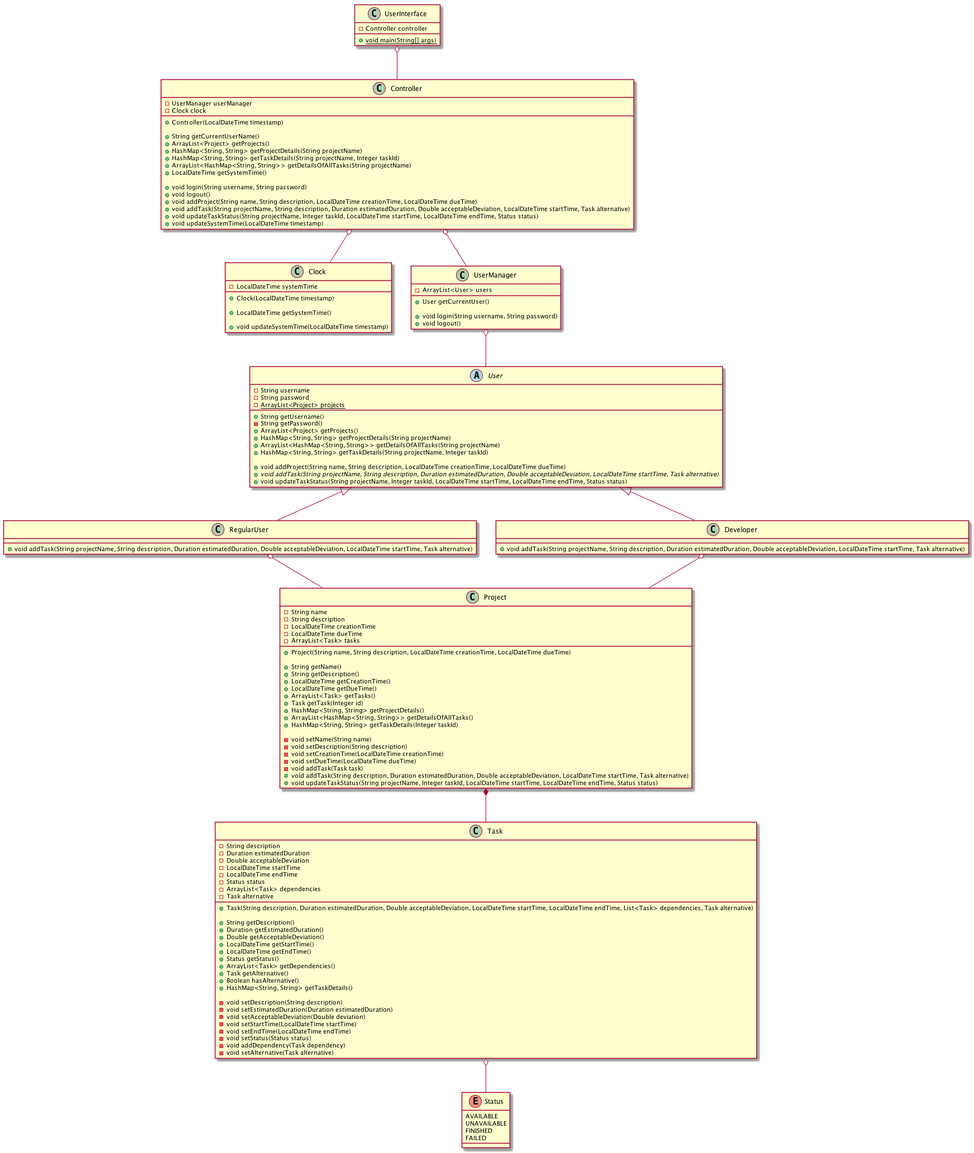
Above: diagrams/class_diagram/class diagram - factory version.png in julienbenaouda/projectJJA (PlantUML), before the change. Source of this version:
```plantuml
@startuml

class UserInterface {

- Controller controller

+ {static} void main(String[] args)

}

UserInterface o-- Controller

class Controller {

- UserManager userManager
- Clock clock

+ Controller(LocalDateTime timestamp)

+ String getCurrentUserName()
+ ArrayList<Project> getProjects()
+ HashMap<String, String> getProjectDetails(String projectName)
+ HashMap<String, String> getTaskDetails(String projectName, Integer taskId)
+ ArrayList<HashMap<String, String>> getDetailsOfAllTasks(String projectName)
+ LocalDateTime getSystemTime()

+ void login(String username, String password)
+ void logout()
+ void addProject(String name, String description, LocalDateTime creationTime, LocalDateTime dueTime)
+ void addTask(String projectName, String description, Duration estimatedDuration, Double acceptableDeviation, LocalDateTime startTime, Task alternative)
+ void updateTaskStatus(String projectName, Integer taskId, LocalDateTime startTime, LocalDateTime endTime, Status status)
+ void updateSystemTime(LocalDateTime timestamp)

}

Controller o-- Clock
Controller o-- UserManager

class Clock {

- LocalDateTime systemTime

+ Clock(LocalDateTime timestamp)

+ LocalDateTime getSystemTime()

+ void updateSystemTime(LocalDateTime timestamp)

}

class UserManager {

- ArrayList<User> users

+ User getCurrentUser()

+ void login(String username, String password)
+ void logout()

}

UserManager o-- User

abstract class User {

- String username
- String password
- {static} ArrayList<Project> projects

+ String getUsername()
- String getPassword()
+ ArrayList<Project> getProjects()
+ HashMap<String, String> getProjectDetails(String projectName)
+ ArrayList<HashMap<String, String>> getDetailsOfAllTasks(String projectName)
+ HashMap<String, String> getTaskDetails(String projectName, Integer taskId)

+ void addProject(String name, String description, LocalDateTime creationTime, LocalDateTime dueTime)
+ {abstract} void addTask(String projectName, String description, Duration estimatedDuration, Double acceptableDeviation, LocalDateTime startTime, Task alternative)
+ void updateTaskStatus(String projectName, Integer taskId, LocalDateTime startTime, LocalDateTime endTime, Status status)

}

User <|-- RegularUser
User <|-- Developer

class RegularUser {

+ void addTask(String projectName, String description, Duration estimatedDuration, Double acceptableDeviation, LocalDateTime startTime, Task alternative)

}

RegularUser o-- Project

class Developer {

+ void addTask(String projectName, String description, Duration estimatedDuration, Double acceptableDeviation, LocalDateTime startTime, Task alternative)

}

Developer o-- Project

class Project {

- String name
- String description
- LocalDateTime creationTime
- LocalDateTime dueTime
- ArrayList<Task> tasks

+ Project(String name, String description, LocalDateTime creationTime, LocalDateTime dueTime)

+ String getName()
+ String getDescription()
+ LocalDateTime getCreationTime()
+ LocalDateTime getDueTime()
+ ArrayList<Task> getTasks()
+ Task getTask(Integer id)
+ HashMap<String, String> getProjectDetails()
+ ArrayList<HashMap<String, String>> getDetailsOfAllTasks()
+ HashMap<String, String> getTaskDetails(Integer taskId)

- void setName(String name)
- void setDescription(String description)
- void setCreationTime(LocalDateTime creationTime)
- void setDueTime(LocalDateTime dueTime)
- void addTask(Task task)
+ void addTask(String description, Duration estimatedDuration, Double acceptableDeviation, LocalDateTime startTime, Task alternative)
+ void updateTaskStatus(String projectName, Integer taskId, LocalDateTime startTime, LocalDateTime endTime, Status status)

}

Project *-- Task

class Task {

- String description
- Duration estimatedDuration
- Double acceptableDeviation
- LocalDateTime startTime
- LocalDateTime endTime
- Status status
- ArrayList<Task> dependencies
- Task alternative

+ Task(String description, Duration estimatedDuration, Double acceptableDeviation, LocalDateTime startTime, LocalDateTime endTime, List<Task> dependencies, Task alternative)

+ String getDescription()
+ Duration getEstimatedDuration()
+ Double getAcceptableDeviation()
+ LocalDateTime getStartTime()
+ LocalDateTime getEndTime()
+ Status getStatus()
+ ArrayList<Task> getDependencies()
+ Task getAlternative()
+ Boolean hasAlternative()
+ HashMap<String, String> getTaskDetails()

- void setDescription(String description)
- void setEstimatedDuration(Duration estimatedDuration)
- void setAcceptableDeviation(Double deviation)
- void setStartTime(LocalDateTime startTime)
- void setEndTime(LocalDateTime endTime)
- void setStatus(Status status)
- void addDependency(Task dependency)
- void setAlternative(Task alternative)

}

Task o-- Status

enum Status {

AVAILABLE
UNAVAILABLE
FINISHED
FAILED

}

@enduml
```
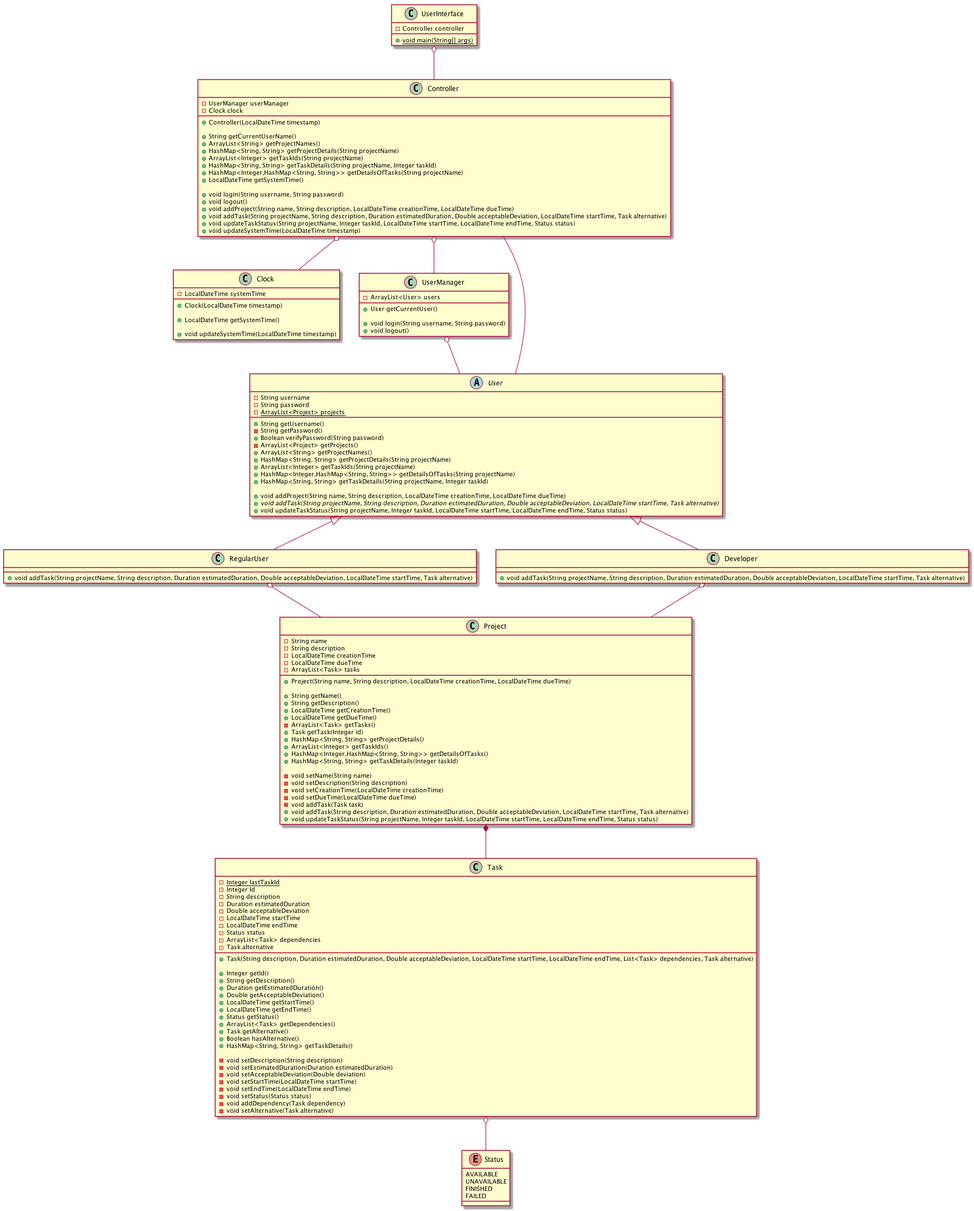
Above is the later version.

Commit message:
Improve class diagrams

Change to the diagram source:
```diff
@@ -18,10 +18,11 @@
 + Controller(LocalDateTime timestamp)
 
 + String getCurrentUserName()
-+ ArrayList<Project> getProjects()
++ ArrayList<String> getProjectNames()
 + HashMap<String, String> getProjectDetails(String projectName)
++ ArrayList<Integer> getTaskIds(String projectName)
 + HashMap<String, String> getTaskDetails(String projectName, Integer taskId)
-+ ArrayList<HashMap<String, String>> getDetailsOfAllTasks(String projectName)
++ HashMap<Integer,HashMap<String, String>> getDetailsOfTasks(String projectName)
 + LocalDateTime getSystemTime()
 
 + void login(String username, String password)
@@ -35,6 +36,7 @@
 
 Controller o-- Clock
 Controller o-- UserManager
+Controller -- User
 
 class Clock {
 
@@ -69,9 +71,12 @@
 
 + String getUsername()
 - String getPassword()
-+ ArrayList<Project> getProjects()
++ Boolean verifyPassword(String password)
+- ArrayList<Project> getProjects()
++ ArrayList<String> getProjectNames()
 + HashMap<String, String> getProjectDetails(String projectName)
-+ ArrayList<HashMap<String, String>> getDetailsOfAllTasks(String projectName)
++ ArrayList<Integer> getTaskIds(String projectName)
++ HashMap<Integer,HashMap<String, String>> getDetailsOfTasks(String projectName)
 + HashMap<String, String> getTaskDetails(String projectName, Integer taskId)
 
 + void addProject(String name, String description, LocalDateTime creationTime, LocalDateTime dueTime)
@@ -113,10 +118,11 @@
 + String getDescription()
 + LocalDateTime getCreationTime()
 + LocalDateTime getDueTime()
-+ ArrayList<Task> getTasks()
+- ArrayList<Task> getTasks()
 + Task getTask(Integer id)
 + HashMap<String, String> getProjectDetails()
-+ ArrayList<HashMap<String, String>> getDetailsOfAllTasks()
++ ArrayList<Integer> getTaskIds()
++ HashMap<Integer,HashMap<String, String>> getDetailsOfTasks()
 + HashMap<String, String> getTaskDetails(Integer taskId)
 
 - void setName(String name)
@@ -133,6 +139,8 @@
 
 class Task {
 
+- {static} Integer lastTaskId
+- Integer Id
 - String description
 - Duration estimatedDuration
 - Double acceptableDeviation
@@ -144,6 +152,7 @@
 
 + Task(String description, Duration estimatedDuration, Double acceptableDeviation, LocalDateTime startTime, LocalDateTime endTime, List<Task> dependencies, Task alternative)
 
++ Integer getId()
 + String getDescription()
 + Duration getEstimatedDuration()
 + Double getAcceptableDeviation()
```
